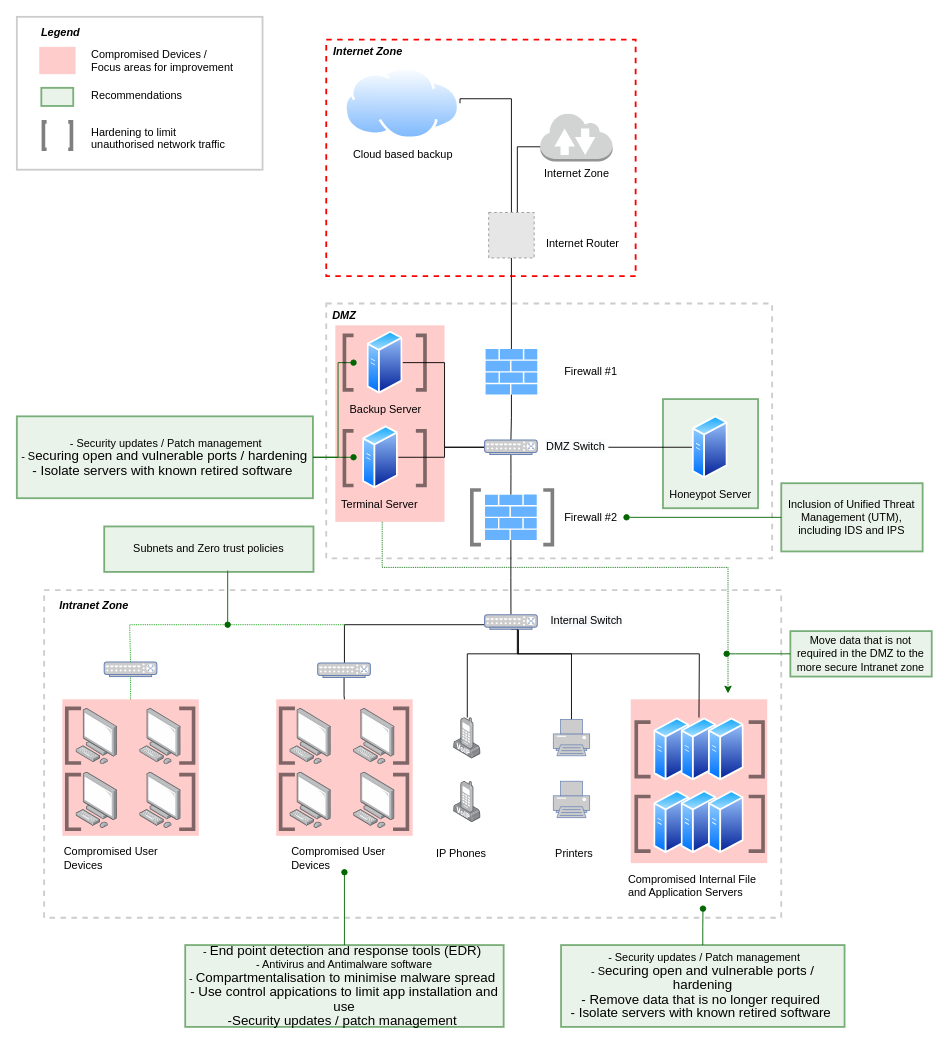
Above: Case Study_network.drawio in Jeenix/info-sec (draw.io), before the change. Source tidied: cells renumbered, new cells numbered last; positions are measured from the earlier drawing's top-left corner, leaving out a move shared by most shapes. Both pictures are drawn from the tidied source at 91%, with x=0, y=0 at pixel (16, 16). Pictures stored in the file or linked from it are replaced by grey dashed boxes.
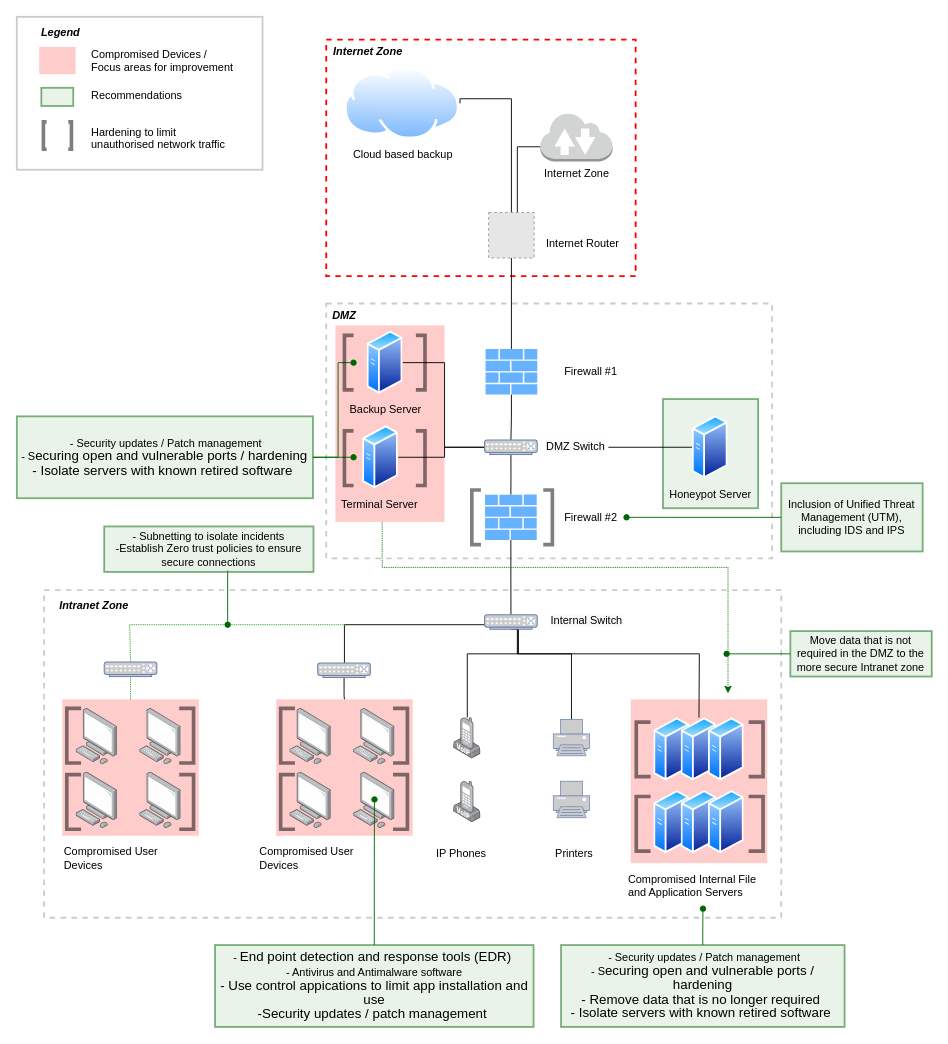
The same diagram, later.

Diff of the diagram source:
```diff
@@
     <mxCell id="53" value="Compromised User &lt;br&gt;Devices" style="text;html=1;align=left;verticalAlign=middle;points=[];fillColor=none;strokeColor=none;rounded=0;" parent="1" vertex="1">
-      <mxGeometry x="300" y="910" width="120" height="30" as="geometry" />
+      <mxGeometry x="265" y="910" width="120" height="30" as="geometry" />
     </mxCell>
@@
-    <mxCell id="62" style="edgeStyle=orthogonalEdgeStyle;rounded=0;jettySize=auto;html=1;startArrow=none;startFill=0;endArrow=oval;endFill=1;strokeColor=#006600;" parent="1" edge="1" source="63" target="53">
-      <mxGeometry relative="1" as="geometry" />
+    <mxCell id="62" style="edgeStyle=orthogonalEdgeStyle;rounded=0;jettySize=auto;html=1;startArrow=none;startFill=0;endArrow=oval;endFill=1;strokeColor=#006600;" parent="1" edge="1" source="63">
+      <mxGeometry relative="1" as="geometry">
+        <mxPoint x="393" y="860" as="targetPoint" />
+      </mxGeometry>
     </mxCell>
-    <mxCell id="63" value="-&amp;nbsp;&lt;span style=&quot;font-size: 11.0pt ; line-height: 107% ; font-family: &amp;quot;calibri&amp;quot; , sans-serif&quot;&gt;End&amp;nbsp;point detection and response tools (EDR)&amp;nbsp;&lt;/span&gt;&lt;br&gt;- Antivirus and Antimalware software&lt;br&gt;-&amp;nbsp;&lt;span style=&quot;font-size: 11.0pt ; line-height: 107% ; font-family: &amp;quot;calibri&amp;quot; , sans-serif&quot;&gt;Compartmentalisation to minimise malware spread&amp;nbsp;&lt;br&gt;- Use control appications to limit app installation and use&lt;br&gt;-Security updates / patch management&amp;nbsp;&lt;br&gt;&lt;/span&gt;" style="whiteSpace=wrap;html=1;labelBackgroundColor=none;labelBorderColor=none;strokeColor=#006600;strokeWidth=2;fillColor=#d5e8d4;opacity=50;align=center;" parent="1" vertex="1">
-      <mxGeometry x="185" y="1020" width="350" height="90" as="geometry" />
+    <mxCell id="63" value="-&amp;nbsp;&lt;span style=&quot;font-size: 11.0pt ; line-height: 107% ; font-family: &amp;quot;calibri&amp;quot; , sans-serif&quot;&gt;End&amp;nbsp;point detection and response tools (EDR)&amp;nbsp;&lt;/span&gt;&lt;br&gt;- Antivirus and Antimalware software&lt;span style=&quot;font-size: 11.0pt ; line-height: 107% ; font-family: &amp;quot;calibri&amp;quot; , sans-serif&quot;&gt;&lt;br&gt;- Use control appications to limit app installation and use&lt;br&gt;-Security updates / patch management&amp;nbsp;&lt;br&gt;&lt;/span&gt;" style="whiteSpace=wrap;html=1;labelBackgroundColor=none;labelBorderColor=none;strokeColor=#006600;strokeWidth=2;fillColor=#d5e8d4;opacity=50;align=center;" parent="1" vertex="1">
+      <mxGeometry x="217.8" y="1020" width="350" height="90" as="geometry" />
     </mxCell>
@@
-    <mxCell id="120" value="Subnets and Zero trust policies" style="whiteSpace=wrap;html=1;labelBackgroundColor=none;labelBorderColor=none;strokeColor=#006600;strokeWidth=2;fillColor=#d5e8d4;opacity=50;align=center;" parent="1" vertex="1">
+    <mxCell id="120" value="- Subnetting to isolate incidents&lt;br&gt;-Establish Zero trust policies to ensure secure connections" style="whiteSpace=wrap;html=1;labelBackgroundColor=none;labelBorderColor=none;strokeColor=#006600;strokeWidth=2;fillColor=#d5e8d4;opacity=50;align=center;" parent="1" vertex="1">
       <mxGeometry x="96" y="560" width="230" height="50" as="geometry" />
     </mxCell>
```
